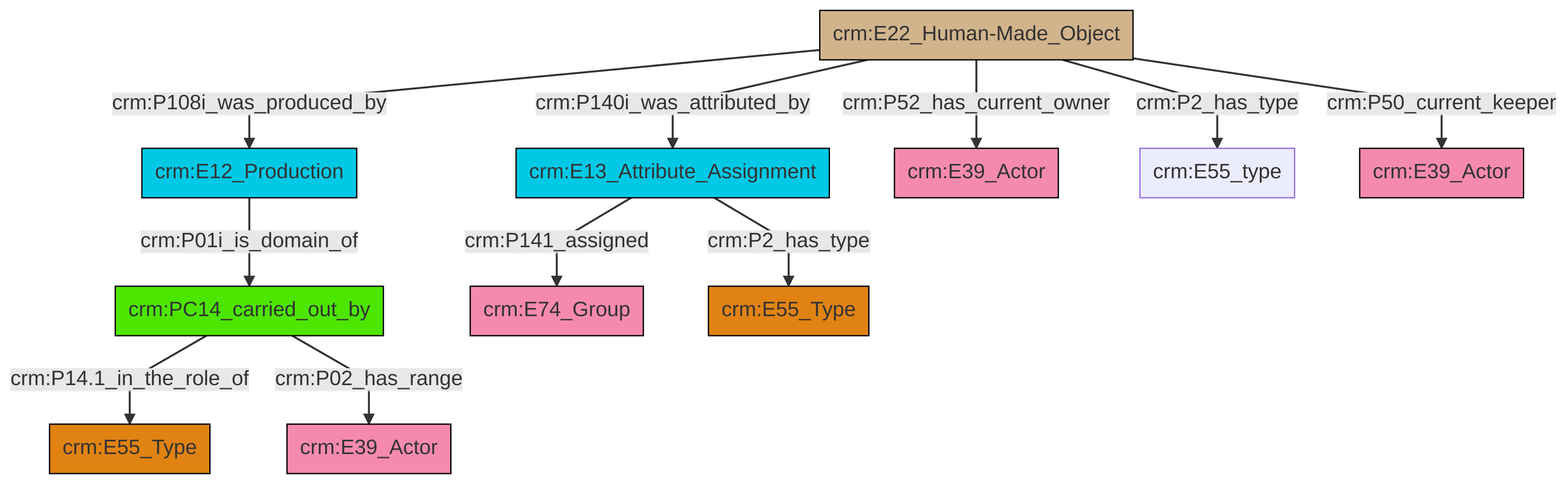
Above: et/artworkCSV/ttl/mmd/png/Artwork_Actor_Relations.png in swiss-art-research-net/docs.swissartresearch (Mermaid), before the change. Its source is kept beside it as et/artworkCSV/ttl/mmd/Artwork_Actor_Relations.ttl.mmd.
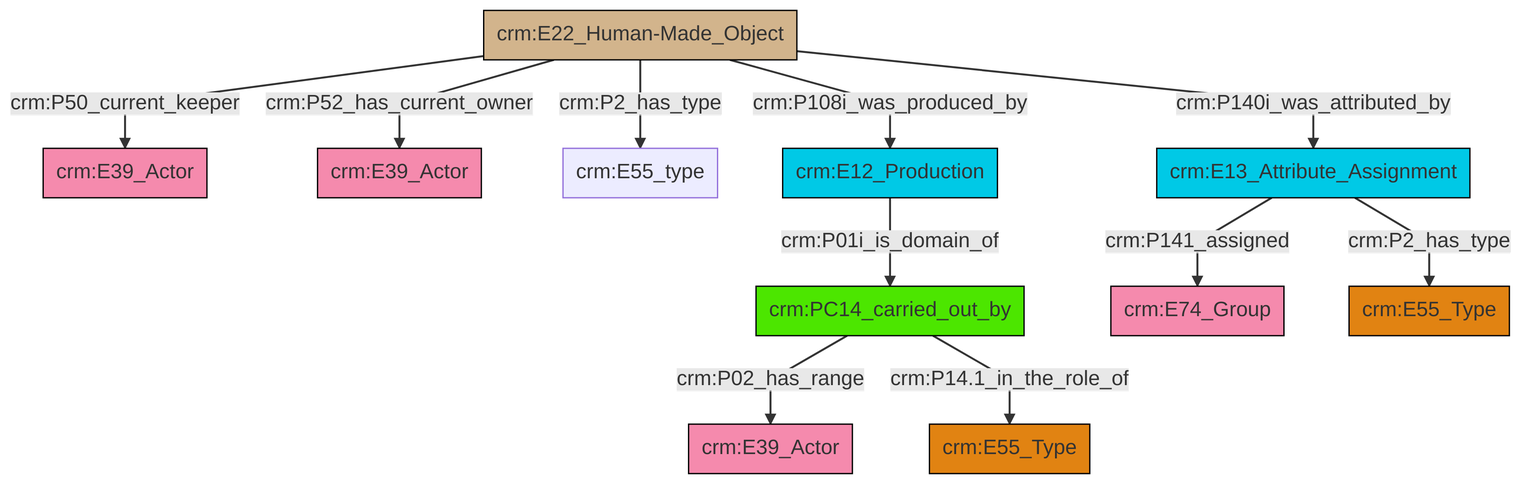
After the change.

Change to the diagram source:
```diff
@@ -13,13 +13,13 @@
 classDef PC_Classes fill:#4ce600, stroke:#000000;
 classDef Multi fill:#cccccc,stroke:#000000;
 
-0["crm:PC14_carried_out_by"]:::PC_Classes -->|crm:P14.1_in_the_role_of| 1["crm:E55_Type"]:::Type
-2["crm:E12_Production"]:::Temporal_Entity -->|crm:P01i_is_domain_of| 0["crm:PC14_carried_out_by"]:::PC_Classes
-6["crm:E13_Attribute_Assignment"]:::Temporal_Entity -->|crm:P141_assigned| 7["crm:E74_Group"]:::Actor
-12["crm:E22_Human-Made_Object"]:::Physical_Thing -->|crm:P52_has_current_owner| 13["crm:E39_Actor"]:::Actor
-12["crm:E22_Human-Made_Object"]:::Physical_Thing -->|crm:P2_has_type| 14["crm:E55_type"]:::Default
-0["crm:PC14_carried_out_by"]:::PC_Classes -->|crm:P02_has_range| 3["crm:E39_Actor"]:::Actor
-6["crm:E13_Attribute_Assignment"]:::Temporal_Entity -->|crm:P2_has_type| 8["crm:E55_Type"]:::Type
-12["crm:E22_Human-Made_Object"]:::Physical_Thing -->|crm:P140i_was_attributed_by| 6["crm:E13_Attribute_Assignment"]:::Temporal_Entity
-12["crm:E22_Human-Made_Object"]:::Physical_Thing -->|crm:P50_current_keeper| 18["crm:E39_Actor"]:::Actor
-12["crm:E22_Human-Made_Object"]:::Physical_Thing -->|crm:P108i_was_produced_by| 2["crm:E12_Production"]:::Temporal_Entity
+13["crm:PC14_carried_out_by"]:::PC_Classes -->|crm:P02_has_range| 11["crm:E39_Actor"]:::Actor
+13["crm:PC14_carried_out_by"]:::PC_Classes -->|crm:P14.1_in_the_role_of| 0["crm:E55_Type"]:::Type
+2["crm:E22_Human-Made_Object"]:::Physical_Thing -->|crm:P50_current_keeper| 16["crm:E39_Actor"]:::Actor
+2["crm:E22_Human-Made_Object"]:::Physical_Thing -->|crm:P52_has_current_owner| 6["crm:E39_Actor"]:::Actor
+2["crm:E22_Human-Made_Object"]:::Physical_Thing -->|crm:P2_has_type| 17["crm:E55_type"]:::Default
+14["crm:E12_Production"]:::Temporal_Entity -->|crm:P01i_is_domain_of| 13["crm:PC14_carried_out_by"]:::PC_Classes
+8["crm:E13_Attribute_Assignment"]:::Temporal_Entity -->|crm:P141_assigned| 18["crm:E74_Group"]:::Actor
+2["crm:E22_Human-Made_Object"]:::Physical_Thing -->|crm:P108i_was_produced_by| 14["crm:E12_Production"]:::Temporal_Entity
+2["crm:E22_Human-Made_Object"]:::Physical_Thing -->|crm:P140i_was_attributed_by| 8["crm:E13_Attribute_Assignment"]:::Temporal_Entity
+8["crm:E13_Attribute_Assignment"]:::Temporal_Entity -->|crm:P2_has_type| 4["crm:E55_Type"]:::Type
```
